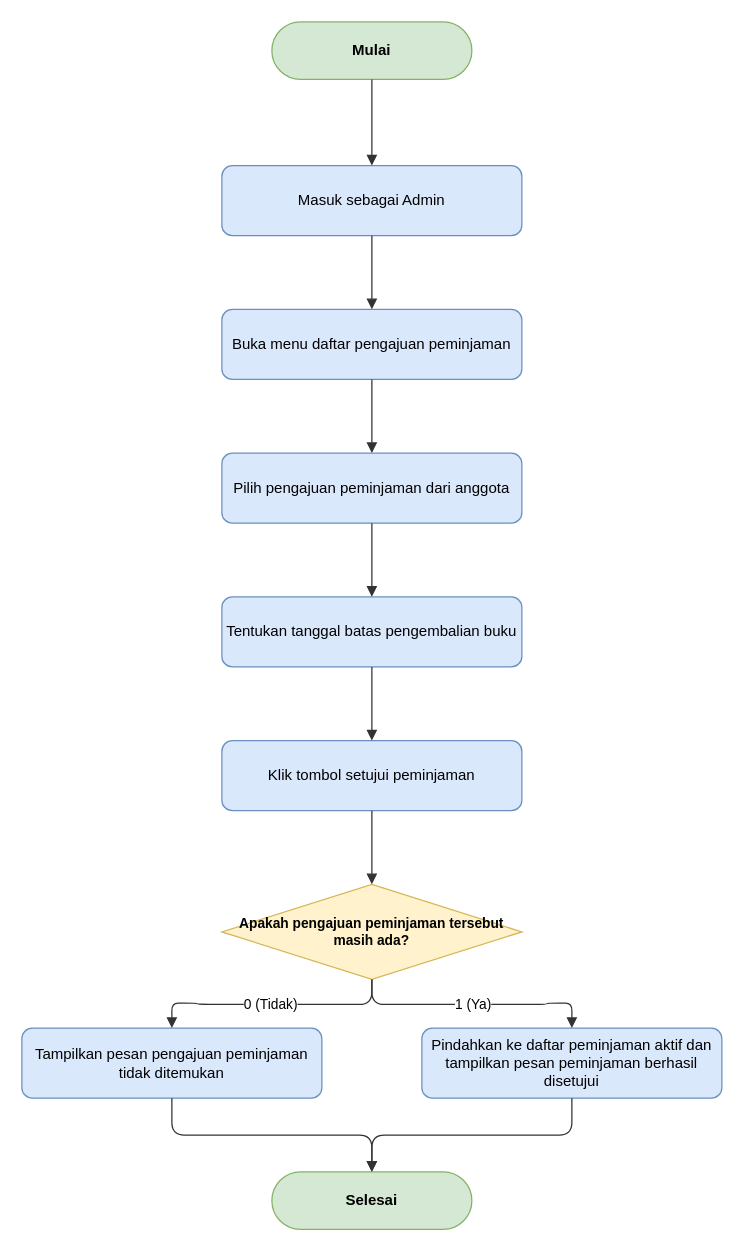
Above: docs/diagrams/flowchart/flowchart-acceptpeminjaman.drawio in dimstyle/ruang-baca (draw.io), before the change. Source tidied: cells renumbered, new cells numbered last; positions are measured from the earlier drawing's top-left corner, leaving out a move shared by most shapes. Both pictures are drawn from the tidied source at 125%, with x=0, y=0 at pixel (21, 21).
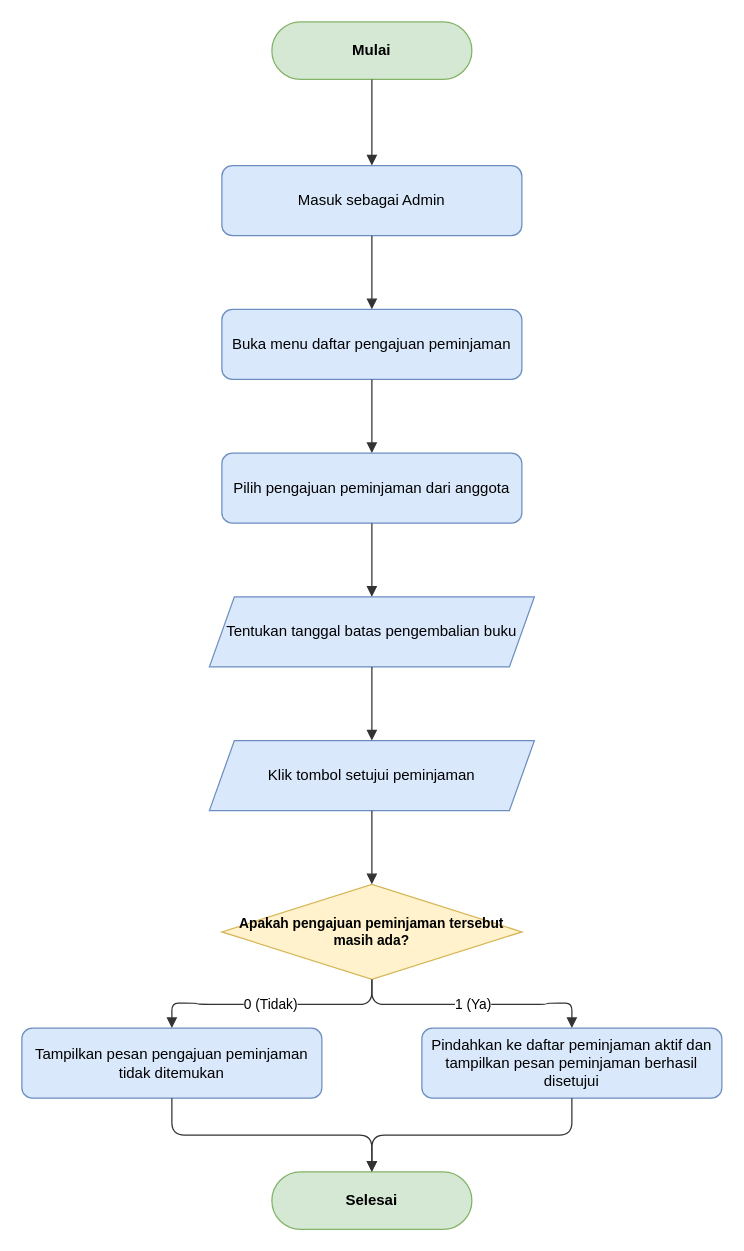
Above is the later version.

Diff of the diagram source:
```diff
@@
-    <mxCell id="6" value="Tentukan tanggal batas pengembalian buku" style="rounded=1;whiteSpace=wrap;html=1;fillColor=#dae8fc;strokeColor=#6c8ebf;fontSize=12;" parent="1" vertex="1">
-      <mxGeometry x="160" y="460" width="240" height="56" as="geometry" />
+    <mxCell id="6" value="Tentukan tanggal batas pengembalian buku" style="shape=parallelogram;perimeter=parallelogramPerimeter;whiteSpace=wrap;html=1;fixedSize=1;fillColor=#dae8fc;strokeColor=#6c8ebf;fontSize=12;" parent="1" vertex="1">
+      <mxGeometry x="150" y="460" width="260" height="56" as="geometry" />
     </mxCell>
-    <mxCell id="7" value="Klik tombol setujui peminjaman" style="rounded=1;whiteSpace=wrap;html=1;fillColor=#dae8fc;strokeColor=#6c8ebf;fontSize=12;" parent="1" vertex="1">
-      <mxGeometry x="160" y="575" width="240" height="56" as="geometry" />
+    <mxCell id="7" value="Klik tombol setujui peminjaman" style="shape=parallelogram;perimeter=parallelogramPerimeter;whiteSpace=wrap;html=1;fixedSize=1;fillColor=#dae8fc;strokeColor=#6c8ebf;fontSize=12;" parent="1" vertex="1">
+      <mxGeometry x="150" y="575" width="260" height="56" as="geometry" />
     </mxCell>
```
